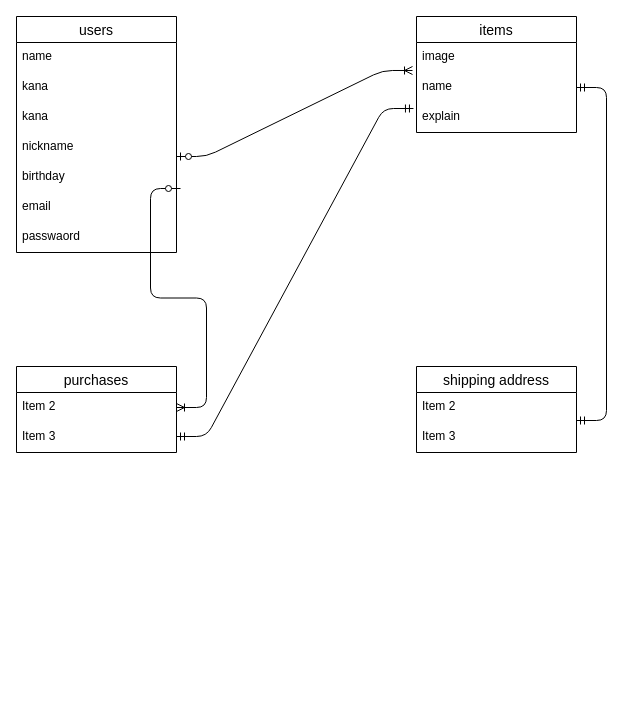
Above: test.dio in KUNIHIKO-MIZUNO/furima-32102 (draw.io), before the change. Source tidied: cells renumbered, new cells numbered last; positions are measured from the earlier drawing's top-left corner, leaving out a move shared by most shapes. Both pictures are drawn from the tidied source at 100%, with x=0, y=0 at pixel (16, 16).
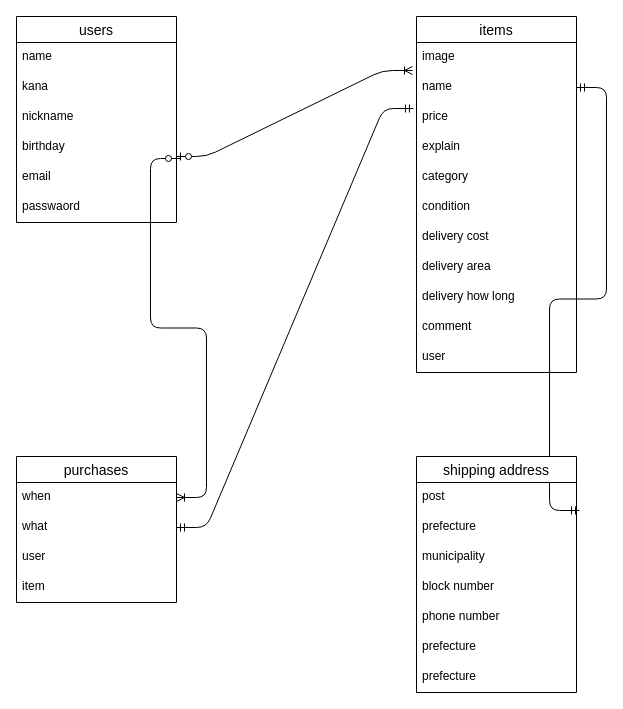
The same diagram, later.

Commit message:
ER図　READEME

Unchanged cells that the change refers to:
```xml
<mxCell id="4" value="name" style="text;strokeColor=none;fillColor=none;spacingLeft=4;spacingRight=4;overflow=hidden;points=[[0,0.5],[1,0.5]];portConstraint=eastwest;fontSize=12;" parent="2" vertex="1">
  <mxGeometry y="56" width="160" height="30" as="geometry" />
</mxCell>
```

Diff of the diagram source:
```diff
@@
     <mxCell id="2" value="items" style="swimlane;fontStyle=0;horizontal=1;startSize=26;align=center;fontSize=14;" parent="1" vertex="1">
-      <mxGeometry x="400" width="160" height="116" as="geometry" />
+      <mxGeometry x="400" width="160" height="356" as="geometry" />
     </mxCell>
@@
-    <mxCell id="5" value="explain" style="text;strokeColor=none;fillColor=none;spacingLeft=4;spacingRight=4;overflow=hidden;points=[[0,0.5],[1,0.5]];portConstraint=eastwest;fontSize=12;" parent="2" vertex="1">
+    <mxCell id="5" value="price" style="text;strokeColor=none;fillColor=none;spacingLeft=4;spacingRight=4;overflow=hidden;points=[[0,0.5],[1,0.5]];portConstraint=eastwest;fontSize=12;" parent="2" vertex="1">
       <mxGeometry y="86" width="160" height="30" as="geometry" />
     </mxCell>
+    <mxCell id="24" value="explain" style="text;strokeColor=none;fillColor=none;spacingLeft=4;spacingRight=4;overflow=hidden;fontSize=12;" parent="2" vertex="1">
+      <mxGeometry y="116" width="160" height="30" as="geometry" />
+    </mxCell>
+    <mxCell id="25" value="category" style="text;strokeColor=none;fillColor=none;spacingLeft=4;spacingRight=4;overflow=hidden;fontSize=12;" parent="2" vertex="1">
+      <mxGeometry y="146" width="160" height="30" as="geometry" />
+    </mxCell>
+    <mxCell id="26" value="condition" style="text;strokeColor=none;fillColor=none;spacingLeft=4;spacingRight=4;overflow=hidden;fontSize=12;" parent="2" vertex="1">
+      <mxGeometry y="176" width="160" height="30" as="geometry" />
+    </mxCell>
+    <mxCell id="27" value="delivery cost" style="text;strokeColor=none;fillColor=none;spacingLeft=4;spacingRight=4;overflow=hidden;fontSize=12;" parent="2" vertex="1">
+      <mxGeometry y="206" width="160" height="30" as="geometry" />
+    </mxCell>
+    <mxCell id="28" value="delivery area" style="text;strokeColor=none;fillColor=none;spacingLeft=4;spacingRight=4;overflow=hidden;fontSize=12;" parent="2" vertex="1">
+      <mxGeometry y="236" width="160" height="30" as="geometry" />
+    </mxCell>
+    <mxCell id="29" value="delivery how long" style="text;strokeColor=none;fillColor=none;spacingLeft=4;spacingRight=4;overflow=hidden;fontSize=12;" parent="2" vertex="1">
+      <mxGeometry y="266" width="160" height="30" as="geometry" />
+    </mxCell>
+    <mxCell id="30" value="comment" style="text;strokeColor=none;fillColor=none;spacingLeft=4;spacingRight=4;overflow=hidden;fontSize=12;" parent="2" vertex="1">
+      <mxGeometry y="296" width="160" height="30" as="geometry" />
+    </mxCell>
+    <mxCell id="31" value="user" style="text;strokeColor=none;fillColor=none;spacingLeft=4;spacingRight=4;overflow=hidden;fontSize=12;" parent="2" vertex="1">
+      <mxGeometry y="326" width="160" height="30" as="geometry" />
+    </mxCell>
     <mxCell id="6" value="users" style="swimlane;fontStyle=0;horizontal=1;startSize=26;align=center;fontSize=14;" parent="1" vertex="1">
-      <mxGeometry width="160" height="236" as="geometry" />
+      <mxGeometry width="160" height="206" as="geometry" />
     </mxCell>
@@
-    <mxCell id="9" value="kana" style="text;strokeColor=none;fillColor=none;spacingLeft=4;spacingRight=4;overflow=hidden;fontSize=12;" parent="6" vertex="1">
-      <mxGeometry y="86" width="160" height="30" as="geometry" />
-    </mxCell>
     <mxCell id="10" value="nickname" style="text;strokeColor=none;fillColor=none;spacingLeft=4;spacingRight=4;overflow=hidden;fontSize=12;" parent="6" vertex="1">
-      <mxGeometry y="116" width="160" height="30" as="geometry" />
+      <mxGeometry y="86" width="160" height="30" as="geometry" />
     </mxCell>
     <mxCell id="11" value="birthday" style="text;strokeColor=none;fillColor=none;spacingLeft=4;spacingRight=4;overflow=hidden;points=[[0,0.5],[1,0.5]];portConstraint=eastwest;fontSize=12;" parent="6" vertex="1">
-      <mxGeometry y="146" width="160" height="30" as="geometry" />
+      <mxGeometry y="116" width="160" height="30" as="geometry" />
     </mxCell>
     <mxCell id="12" value="email" style="text;strokeColor=none;fillColor=none;spacingLeft=4;spacingRight=4;overflow=hidden;fontSize=12;" parent="6" vertex="1">
-      <mxGeometry y="176" width="160" height="30" as="geometry" />
+      <mxGeometry y="146" width="160" height="30" as="geometry" />
     </mxCell>
     <mxCell id="13" value="passwaord" style="text;strokeColor=none;fillColor=none;spacingLeft=4;spacingRight=4;overflow=hidden;fontSize=12;" parent="6" vertex="1">
-      <mxGeometry y="206" width="160" height="30" as="geometry" />
+      <mxGeometry y="176" width="160" height="30" as="geometry" />
     </mxCell>
@@
+    <mxCell id="21" style="edgeStyle=entityRelationEdgeStyle;fontSize=12;html=1;endArrow=ERoneToMany;startArrow=ERzeroToOne;exitX=1.025;exitY=0.867;exitDx=0;exitDy=0;exitPerimeter=0;" parent="1" edge="1" source="11" target="16">
+      <mxGeometry relative="1" as="geometry" />
+    </mxCell>
+    <mxCell id="22" style="edgeStyle=entityRelationEdgeStyle;fontSize=12;html=1;endArrow=ERmandOne;startArrow=ERmandOne;entryX=-0.019;entryY=0.2;entryDx=0;entryDy=0;entryPerimeter=0;exitX=1;exitY=0.5;exitDx=0;exitDy=0;" parent="1" edge="1" source="17" target="5">
+      <mxGeometry relative="1" as="geometry" />
+    </mxCell>
+    <mxCell id="23" style="edgeStyle=entityRelationEdgeStyle;fontSize=12;html=1;endArrow=ERmandOne;startArrow=ERmandOne;exitX=1.019;exitY=-0.067;exitDx=0;exitDy=0;exitPerimeter=0;" parent="1" edge="1" source="20" target="4">
+      <mxGeometry relative="1" as="geometry" />
+    </mxCell>
     <mxCell id="15" value="purchases" style="swimlane;fontStyle=0;horizontal=1;startSize=26;align=center;fontSize=14;" parent="1" vertex="1">
-      <mxGeometry y="350" width="160" height="86" as="geometry" />
+      <mxGeometry y="440" width="160" height="146" as="geometry" />
     </mxCell>
-    <mxCell id="16" value="Item 2" style="text;strokeColor=none;fillColor=none;spacingLeft=4;spacingRight=4;overflow=hidden;points=[[0,0.5],[1,0.5]];portConstraint=eastwest;fontSize=12;" parent="15" vertex="1">
+    <mxCell id="16" value="when" style="text;strokeColor=none;fillColor=none;spacingLeft=4;spacingRight=4;overflow=hidden;points=[[0,0.5],[1,0.5]];portConstraint=eastwest;fontSize=12;" parent="15" vertex="1">
       <mxGeometry y="26" width="160" height="30" as="geometry" />
     </mxCell>
-    <mxCell id="17" value="Item 3" style="text;strokeColor=none;fillColor=none;spacingLeft=4;spacingRight=4;overflow=hidden;points=[[0,0.5],[1,0.5]];portConstraint=eastwest;fontSize=12;" parent="15" vertex="1">
+    <mxCell id="17" value="what" style="text;strokeColor=none;fillColor=none;spacingLeft=4;spacingRight=4;overflow=hidden;points=[[0,0.5],[1,0.5]];portConstraint=eastwest;fontSize=12;" parent="15" vertex="1">
       <mxGeometry y="56" width="160" height="30" as="geometry" />
     </mxCell>
+    <mxCell id="32" value="user" style="text;strokeColor=none;fillColor=none;spacingLeft=4;spacingRight=4;overflow=hidden;fontSize=12;" parent="15" vertex="1">
+      <mxGeometry y="86" width="160" height="30" as="geometry" />
+    </mxCell>
+    <mxCell id="33" value="item" style="text;strokeColor=none;fillColor=none;spacingLeft=4;spacingRight=4;overflow=hidden;fontSize=12;" parent="15" vertex="1">
+      <mxGeometry y="116" width="160" height="30" as="geometry" />
+    </mxCell>
     <mxCell id="18" value="shipping address" style="swimlane;fontStyle=0;horizontal=1;startSize=26;align=center;fontSize=14;" parent="1" vertex="1">
-      <mxGeometry x="400" y="350" width="160" height="86" as="geometry" />
+      <mxGeometry x="400" y="440" width="160" height="236" as="geometry" />
     </mxCell>
-    <mxCell id="19" value="Item 2" style="text;strokeColor=none;fillColor=none;spacingLeft=4;spacingRight=4;overflow=hidden;fontSize=12;" parent="18" vertex="1">
+    <mxCell id="19" value="post" style="text;strokeColor=none;fillColor=none;spacingLeft=4;spacingRight=4;overflow=hidden;fontSize=12;" parent="18" vertex="1">
       <mxGeometry y="26" width="160" height="30" as="geometry" />
     </mxCell>
-    <mxCell id="20" value="Item 3" style="text;strokeColor=none;fillColor=none;spacingLeft=4;spacingRight=4;overflow=hidden;points=[[0,0.5],[1,0.5]];portConstraint=eastwest;fontSize=12;" parent="18" vertex="1">
+    <mxCell id="20" value="prefecture" style="text;strokeColor=none;fillColor=none;spacingLeft=4;spacingRight=4;overflow=hidden;points=[[0,0.5],[1,0.5]];portConstraint=eastwest;fontSize=12;" parent="18" vertex="1">
       <mxGeometry y="56" width="160" height="30" as="geometry" />
     </mxCell>
-    <mxCell id="21" style="edgeStyle=entityRelationEdgeStyle;fontSize=12;html=1;endArrow=ERoneToMany;startArrow=ERzeroToOne;exitX=1.025;exitY=0.867;exitDx=0;exitDy=0;exitPerimeter=0;" parent="1" edge="1" source="11" target="16">
-      <mxGeometry relative="1" as="geometry" />
-    </mxCell>
-    <mxCell id="22" style="edgeStyle=entityRelationEdgeStyle;fontSize=12;html=1;endArrow=ERmandOne;startArrow=ERmandOne;entryX=-0.019;entryY=0.2;entryDx=0;entryDy=0;entryPerimeter=0;" parent="1" edge="1" target="5">
-      <mxGeometry relative="1" as="geometry">
-        <mxPoint x="160" y="420" as="sourcePoint" />
-      </mxGeometry>
-    </mxCell>
-    <mxCell id="23" style="edgeStyle=entityRelationEdgeStyle;fontSize=12;html=1;endArrow=ERmandOne;startArrow=ERmandOne;" parent="1" edge="1" target="4">
-      <mxGeometry relative="1" as="geometry">
-        <mxPoint x="560" y="404" as="sourcePoint" />
-      </mxGeometry>
-    </mxCell>
+    <mxCell id="34" value="municipality" style="text;strokeColor=none;fillColor=none;spacingLeft=4;spacingRight=4;overflow=hidden;fontSize=12;" parent="18" vertex="1">
+      <mxGeometry y="86" width="160" height="30" as="geometry" />
+    </mxCell>
+    <mxCell id="35" value="block number " style="text;strokeColor=none;fillColor=none;spacingLeft=4;spacingRight=4;overflow=hidden;fontSize=12;" parent="18" vertex="1">
+      <mxGeometry y="116" width="160" height="30" as="geometry" />
+    </mxCell>
+    <mxCell id="36" value="phone number" style="text;strokeColor=none;fillColor=none;spacingLeft=4;spacingRight=4;overflow=hidden;fontSize=12;" parent="18" vertex="1">
+      <mxGeometry y="146" width="160" height="30" as="geometry" />
+    </mxCell>
+    <mxCell id="37" value="prefecture" style="text;strokeColor=none;fillColor=none;spacingLeft=4;spacingRight=4;overflow=hidden;fontSize=12;" parent="18" vertex="1">
+      <mxGeometry y="176" width="160" height="30" as="geometry" />
+    </mxCell>
+    <mxCell id="38" value="prefecture" style="text;strokeColor=none;fillColor=none;spacingLeft=4;spacingRight=4;overflow=hidden;fontSize=12;" parent="18" vertex="1">
+      <mxGeometry y="206" width="160" height="30" as="geometry" />
+    </mxCell>
```
